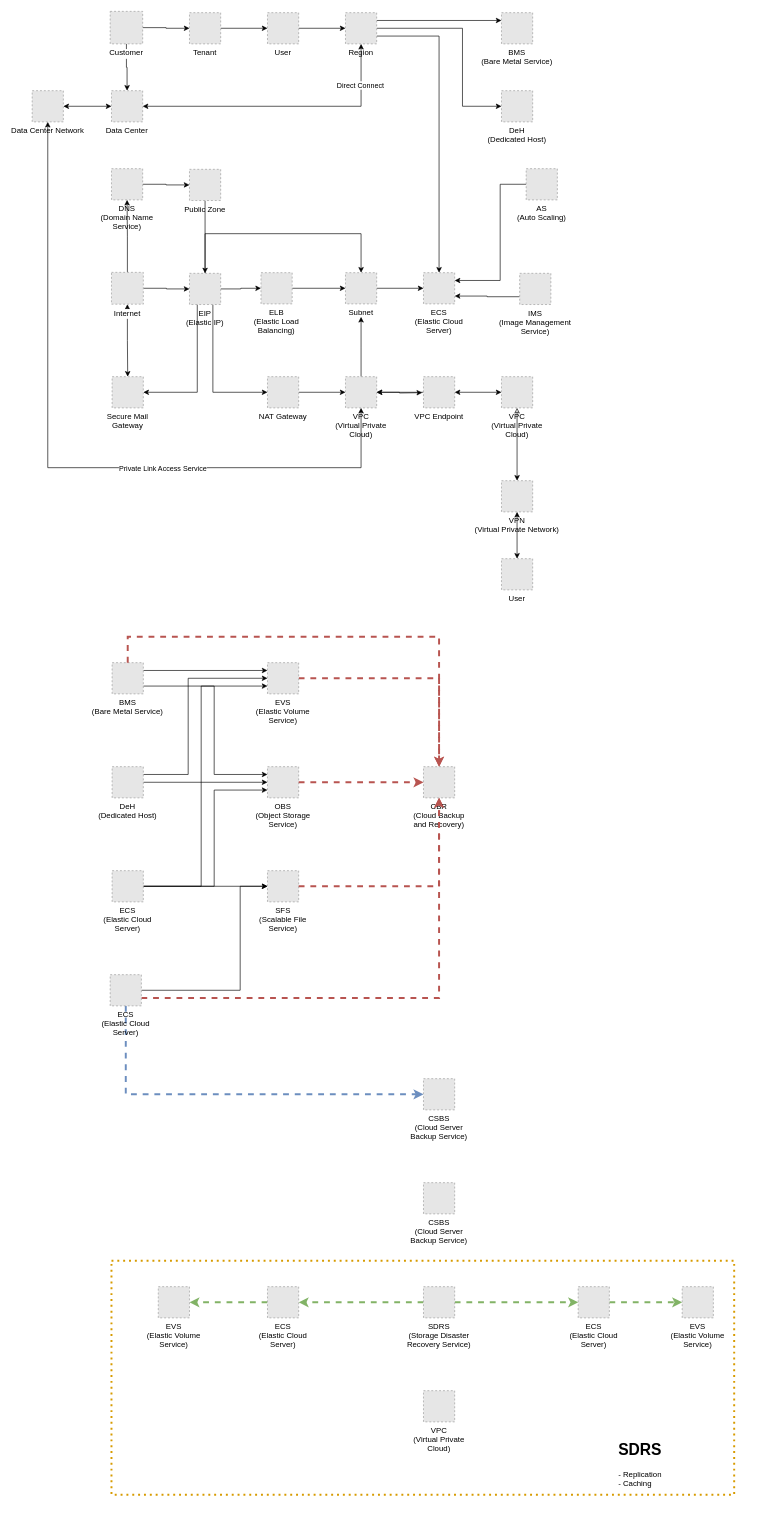
Before: Komponenten.drawio in themue/OTC, a draw.io diagram. Source tidied: cells renumbered, new cells numbered last; positions are measured from the earlier drawing's top-left corner, leaving out a move shared by most shapes. Both pictures are drawn from the tidied source at 65%, with x=0, y=0 at pixel (32, 11). Pictures stored in the file or linked from it are replaced by grey dashed boxes.
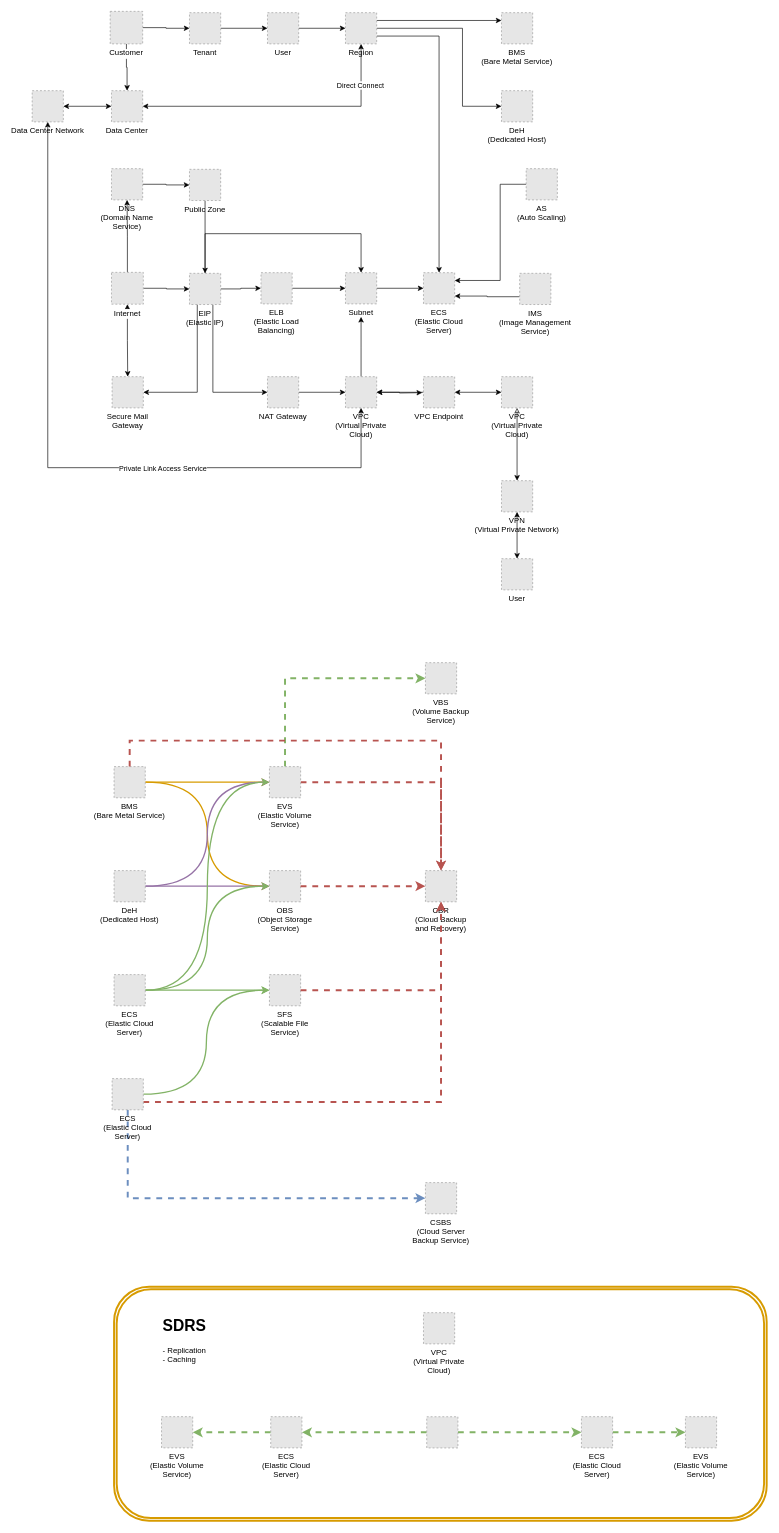
The same diagram, later.

Commit message:
Backup Services hinzugefügt und Computing zu Storage besser visualisiert

Diff of the diagram source:
```diff
@@
+    <mxCell id="94" style="edgeStyle=orthogonalEdgeStyle;rounded=0;jettySize=auto;html=1;exitX=0.5;exitY=0;exitDx=0;exitDy=0;entryX=0;entryY=0.5;entryDx=0;entryDy=0;fillColor=#d5e8d4;strokeColor=#82b366;strokeWidth=3;dashed=1;" parent="1" edge="1" source="51" target="95">
+      <mxGeometry relative="1" as="geometry" />
+    </mxCell>
     <mxCell id="51" value="EVS&#10;(Elastic Volume&#10;Service)" style="fillColor=#E6E6E6;strokeColor=#999999;dashed=1;verticalLabelPosition=bottom;verticalAlign=top;" parent="1" vertex="1">
-      <mxGeometry x="362" y="1002" width="48" height="48" as="geometry" />
+      <mxGeometry x="365" y="1161.9" width="48" height="48" as="geometry" />
     </mxCell>
@@
-    <mxCell id="60" style="edgeStyle=orthogonalEdgeStyle;rounded=0;jettySize=auto;html=1;exitX=1;exitY=0.25;exitDx=0;exitDy=0;entryX=0;entryY=0.25;entryDx=0;entryDy=0;" parent="1" edge="1" source="62" target="51">
+    <mxCell id="60" style="edgeStyle=orthogonalEdgeStyle;rounded=0;jettySize=auto;html=1;exitX=1;exitY=0.5;exitDx=0;exitDy=0;entryX=0;entryY=0.5;entryDx=0;entryDy=0;fillColor=#ffe6cc;strokeColor=#d79b00;curved=1;strokeWidth=2;" parent="1" edge="1" source="62" target="51">
       <mxGeometry relative="1" as="geometry" />
     </mxCell>
-    <mxCell id="61" style="edgeStyle=orthogonalEdgeStyle;rounded=0;jettySize=auto;html=1;exitX=1;exitY=0.75;exitDx=0;exitDy=0;entryX=0;entryY=0.25;entryDx=0;entryDy=0;" parent="1" edge="1" source="62" target="70">
-      <mxGeometry relative="1" as="geometry">
-        <Array as="points">
-          <mxPoint x="280" y="1038" />
-          <mxPoint x="280" y="1174" />
-        </Array>
-      </mxGeometry>
+    <mxCell id="61" style="edgeStyle=orthogonalEdgeStyle;rounded=0;jettySize=auto;html=1;exitX=1;exitY=0.5;exitDx=0;exitDy=0;entryX=0;entryY=0.5;entryDx=0;entryDy=0;fillColor=#ffe6cc;strokeColor=#d79b00;curved=1;strokeWidth=2;" parent="1" edge="1" source="62" target="70">
+      <mxGeometry relative="1" as="geometry" />
     </mxCell>
     <mxCell id="62" value="BMS&#10;(Bare Metal Service)" style="fillColor=#E6E6E6;strokeColor=#999999;dashed=1;verticalLabelPosition=bottom;verticalAlign=top;" parent="1" vertex="1">
-      <mxGeometry x="123" y="1002" width="48" height="48" as="geometry" />
+      <mxGeometry x="126" y="1161.9" width="48" height="48" as="geometry" />
     </mxCell>
+    <mxCell id="64" style="edgeStyle=orthogonalEdgeStyle;rounded=0;jettySize=auto;html=1;exitX=1;exitY=0.5;exitDx=0;exitDy=0;entryX=0;entryY=0.5;entryDx=0;entryDy=0;curved=1;fillColor=#e1d5e7;strokeColor=#9673a6;strokeWidth=2;" parent="1" edge="1" source="65" target="70">
+      <mxGeometry relative="1" as="geometry" />
+    </mxCell>
-    <mxCell id="63" style="edgeStyle=orthogonalEdgeStyle;rounded=0;jettySize=auto;html=1;exitX=1;exitY=0.25;exitDx=0;exitDy=0;entryX=0;entryY=0.5;entryDx=0;entryDy=0;" parent="1" edge="1" source="65" target="51">
-      <mxGeometry relative="1" as="geometry">
-        <Array as="points">
-          <mxPoint x="240" y="1174" />
-          <mxPoint x="240" y="1026" />
-        </Array>
-      </mxGeometry>
+    <mxCell id="63" style="edgeStyle=orthogonalEdgeStyle;rounded=0;jettySize=auto;html=1;exitX=1;exitY=0.5;exitDx=0;exitDy=0;entryX=0;entryY=0.5;entryDx=0;entryDy=0;curved=1;fillColor=#e1d5e7;strokeColor=#9673a6;strokeWidth=2;" parent="1" edge="1" source="65" target="51">
+      <mxGeometry relative="1" as="geometry" />
     </mxCell>
-    <mxCell id="64" style="edgeStyle=orthogonalEdgeStyle;rounded=0;jettySize=auto;html=1;exitX=1;exitY=0.5;exitDx=0;exitDy=0;entryX=0;entryY=0.5;entryDx=0;entryDy=0;" parent="1" edge="1" source="65" target="70">
-      <mxGeometry relative="1" as="geometry" />
-    </mxCell>
     <mxCell id="65" value="DeH&#10;(Dedicated Host)" style="fillColor=#E6E6E6;strokeColor=#999999;dashed=1;verticalLabelPosition=bottom;verticalAlign=top;" parent="1" vertex="1">
-      <mxGeometry x="123" y="1162" width="48" height="48" as="geometry" />
+      <mxGeometry x="126" y="1321.9" width="48" height="48" as="geometry" />
     </mxCell>
-    <mxCell id="66" style="edgeStyle=orthogonalEdgeStyle;rounded=0;jettySize=auto;html=1;exitX=1;exitY=0.5;exitDx=0;exitDy=0;entryX=0;entryY=0.5;entryDx=0;entryDy=0;" parent="1" edge="1" source="69" target="71">
+    <mxCell id="66" style="edgeStyle=orthogonalEdgeStyle;rounded=0;jettySize=auto;html=1;exitX=1;exitY=0.5;exitDx=0;exitDy=0;entryX=0;entryY=0.5;entryDx=0;entryDy=0;fillColor=#d5e8d4;strokeColor=#82b366;strokeWidth=2;" parent="1" edge="1" source="69" target="71">
       <mxGeometry relative="1" as="geometry" />
     </mxCell>
-    <mxCell id="67" style="edgeStyle=orthogonalEdgeStyle;rounded=0;jettySize=auto;html=1;exitX=1;exitY=0.5;exitDx=0;exitDy=0;entryX=0;entryY=0.75;entryDx=0;entryDy=0;" parent="1" edge="1" source="69" target="70">
-      <mxGeometry relative="1" as="geometry">
-        <Array as="points">
-          <mxPoint x="280" y="1346" />
-          <mxPoint x="280" y="1198" />
-        </Array>
-      </mxGeometry>
+    <mxCell id="67" style="edgeStyle=orthogonalEdgeStyle;rounded=0;jettySize=auto;html=1;exitX=1;exitY=0.5;exitDx=0;exitDy=0;entryX=0;entryY=0.5;entryDx=0;entryDy=0;curved=1;strokeWidth=2;fillColor=#d5e8d4;strokeColor=#82b366;" parent="1" edge="1" source="69" target="70">
+      <mxGeometry relative="1" as="geometry" />
     </mxCell>
-    <mxCell id="68" style="edgeStyle=orthogonalEdgeStyle;rounded=0;jettySize=auto;html=1;exitX=1;exitY=0.5;exitDx=0;exitDy=0;entryX=0;entryY=0.75;entryDx=0;entryDy=0;" parent="1" edge="1" source="69" target="51">
-      <mxGeometry relative="1" as="geometry">
-        <Array as="points">
-          <mxPoint x="260" y="1346" />
-          <mxPoint x="260" y="1038" />
-        </Array>
-      </mxGeometry>
+    <mxCell id="68" style="edgeStyle=orthogonalEdgeStyle;rounded=0;jettySize=auto;html=1;exitX=1;exitY=0.5;exitDx=0;exitDy=0;entryX=0;entryY=0.5;entryDx=0;entryDy=0;curved=1;fillColor=#d5e8d4;strokeColor=#82b366;strokeWidth=2;" parent="1" edge="1" source="69" target="51">
+      <mxGeometry relative="1" as="geometry" />
     </mxCell>
     <mxCell id="69" value="ECS&#10;(Elastic Cloud&#10;Server)" style="fillColor=#E6E6E6;strokeColor=#999999;dashed=1;verticalLabelPosition=bottom;verticalAlign=top;" parent="1" vertex="1">
-      <mxGeometry x="123" y="1322" width="48" height="48" as="geometry" />
+      <mxGeometry x="126" y="1481.9" width="48" height="48" as="geometry" />
     </mxCell>
     <mxCell id="70" value="OBS&#10;(Object Storage&#10;Service)" style="fillColor=#E6E6E6;strokeColor=#999999;dashed=1;verticalLabelPosition=bottom;verticalAlign=top;" parent="1" vertex="1">
-      <mxGeometry x="362" y="1162" width="48" height="48" as="geometry" />
+      <mxGeometry x="365" y="1321.9" width="48" height="48" as="geometry" />
     </mxCell>
     <mxCell id="71" value="SFS&#10;(Scalable File&#10;Service)" style="fillColor=#E6E6E6;strokeColor=#999999;dashed=1;verticalLabelPosition=bottom;verticalAlign=top;" parent="1" vertex="1">
-      <mxGeometry x="362" y="1322" width="48" height="48" as="geometry" />
+      <mxGeometry x="365" y="1481.9" width="48" height="48" as="geometry" />
     </mxCell>
-    <mxCell id="72" style="edgeStyle=orthogonalEdgeStyle;rounded=0;jettySize=auto;html=1;exitX=1;exitY=0.5;exitDx=0;exitDy=0;entryX=0;entryY=0.5;entryDx=0;entryDy=0;" parent="1" edge="1" source="75" target="71">
-      <mxGeometry relative="1" as="geometry">
-        <Array as="points">
-          <mxPoint x="320" y="1506" />
-          <mxPoint x="320" y="1346" />
-        </Array>
-      </mxGeometry>
-    </mxCell>
@@
+    <mxCell id="72" style="edgeStyle=orthogonalEdgeStyle;rounded=0;jettySize=auto;html=1;exitX=1;exitY=0.5;exitDx=0;exitDy=0;entryX=0;entryY=0.5;entryDx=0;entryDy=0;strokeColor=#82b366;curved=1;fillColor=#d5e8d4;strokeWidth=2;" parent="1" edge="1" source="75" target="71">
+      <mxGeometry relative="1" as="geometry" />
+    </mxCell>
     <mxCell id="75" value="ECS&#10;(Elastic Cloud&#10;Server)" style="fillColor=#E6E6E6;strokeColor=#999999;dashed=1;verticalLabelPosition=bottom;verticalAlign=top;" parent="1" vertex="1">
-      <mxGeometry x="120" y="1482" width="48" height="48" as="geometry" />
+      <mxGeometry x="123" y="1641.9" width="48" height="48" as="geometry" />
     </mxCell>
     <mxCell id="76" value="CBR&#10;(Cloud Backup&#10;and Recovery)" style="fillColor=#E6E6E6;strokeColor=#999999;dashed=1;verticalLabelPosition=bottom;verticalAlign=top;" parent="1" vertex="1">
-      <mxGeometry x="602" y="1162" width="48" height="48" as="geometry" />
+      <mxGeometry x="605" y="1321.9" width="48" height="48" as="geometry" />
     </mxCell>
@@
     <mxCell id="79" style="edgeStyle=orthogonalEdgeStyle;rounded=0;jettySize=auto;html=1;exitX=0.5;exitY=0;exitDx=0;exitDy=0;entryX=0.5;entryY=0;entryDx=0;entryDy=0;fillColor=#f8cecc;strokeColor=#b85450;strokeWidth=3;dashed=1;" parent="1" edge="1" source="62" target="76">
       <mxGeometry relative="1" as="geometry">
         <Array as="points">
-          <mxPoint x="147" y="962" />
-          <mxPoint x="626" y="962" />
+          <mxPoint x="150" y="1121.9" />
+          <mxPoint x="629" y="1121.9" />
         </Array>
       </mxGeometry>
     </mxCell>
     <mxCell id="80" value="CSBS&#10;(Cloud Server&#10;Backup Service)" style="fillColor=#E6E6E6;strokeColor=#999999;dashed=1;verticalLabelPosition=bottom;verticalAlign=top;" parent="1" vertex="1">
-      <mxGeometry x="602" y="1642" width="48" height="48" as="geometry" />
+      <mxGeometry x="605" y="1801.9" width="48" height="48" as="geometry" />
     </mxCell>
-    <mxCell id="81" value="CSBS&#10;(Cloud Server&#10;Backup Service)" style="fillColor=#E6E6E6;strokeColor=#999999;dashed=1;verticalLabelPosition=bottom;verticalAlign=top;" parent="1" vertex="1">
-      <mxGeometry x="602" y="1802" width="48" height="48" as="geometry" />
-    </mxCell>
+    <mxCell id="95" value="VBS&#10;(Volume Backup&#10;Service)" style="fillColor=#E6E6E6;strokeColor=#999999;dashed=1;verticalLabelPosition=bottom;verticalAlign=top;" parent="1" vertex="1">
+      <mxGeometry x="605" y="1002" width="48" height="48" as="geometry" />
+    </mxCell>
+    <mxCell id="96" style="group;" parent="1" vertex="1">
+      <mxGeometry x="126" y="1962" width="1004" height="360" as="geometry" />
+    </mxCell>
-    <mxCell id="82" style="edgeStyle=orthogonalEdgeStyle;rounded=0;jettySize=auto;html=1;exitX=0;exitY=0.5;exitDx=0;exitDy=0;entryX=1;entryY=0.5;entryDx=0;entryDy=0;fillColor=#d5e8d4;strokeColor=#82b366;dashed=1;strokeWidth=3;" parent="1" edge="1" source="84" target="87">
+    <mxCell id="82" style="edgeStyle=orthogonalEdgeStyle;rounded=0;jettySize=auto;html=1;exitX=0;exitY=0.5;exitDx=0;exitDy=0;entryX=1;entryY=0.5;entryDx=0;entryDy=0;fillColor=#d5e8d4;strokeColor=#82b366;dashed=1;strokeWidth=3;" parent="96" edge="1" source="97" target="87">
       <mxGeometry relative="1" as="geometry" />
     </mxCell>
-    <mxCell id="83" style="edgeStyle=orthogonalEdgeStyle;rounded=0;jettySize=auto;html=1;exitX=1;exitY=0.5;exitDx=0;exitDy=0;entryX=0;entryY=0.5;entryDx=0;entryDy=0;fillColor=#d5e8d4;strokeColor=#82b366;dashed=1;strokeWidth=3;" parent="1" edge="1" source="84" target="89">
+    <mxCell id="83" style="edgeStyle=orthogonalEdgeStyle;rounded=0;jettySize=auto;html=1;exitX=1;exitY=0.5;exitDx=0;exitDy=0;entryX=0;entryY=0.5;entryDx=0;entryDy=0;fillColor=#d5e8d4;strokeColor=#82b366;dashed=1;strokeWidth=3;" parent="96" edge="1" source="97" target="89">
       <mxGeometry relative="1" as="geometry" />
     </mxCell>
-    <mxCell id="84" value="SDRS&#10;(Storage Disaster&#10;Recovery Service)" style="fillColor=#E6E6E6;strokeColor=#999999;dashed=1;verticalLabelPosition=bottom;verticalAlign=top;" parent="1" vertex="1">
-      <mxGeometry x="602" y="1962" width="48" height="48" as="geometry" />
-    </mxCell>
-    <mxCell id="85" value="VPC&#10;(Virtual Private&#10;Cloud)" style="fillColor=#E6E6E6;strokeColor=#999999;dashed=1;verticalLabelPosition=bottom;verticalAlign=top;" parent="1" vertex="1">
-      <mxGeometry x="602" y="2122" width="48" height="48" as="geometry" />
+    <mxCell id="85" value="VPC&#10;(Virtual Private&#10;Cloud)" style="fillColor=#E6E6E6;strokeColor=#999999;dashed=1;verticalLabelPosition=bottom;verticalAlign=top;" parent="96" vertex="1">
+      <mxGeometry x="476" y="40" width="48" height="48" as="geometry" />
     </mxCell>
-    <mxCell id="86" style="edgeStyle=orthogonalEdgeStyle;rounded=0;jettySize=auto;html=1;exitX=0;exitY=0.5;exitDx=0;exitDy=0;strokeWidth=3;dashed=1;fillColor=#d5e8d4;strokeColor=#82b366;" parent="1" edge="1" source="87" target="90">
+    <mxCell id="86" style="edgeStyle=orthogonalEdgeStyle;rounded=0;jettySize=auto;html=1;exitX=0;exitY=0.5;exitDx=0;exitDy=0;strokeWidth=3;dashed=1;fillColor=#d5e8d4;strokeColor=#82b366;" parent="96" edge="1" source="87" target="90">
       <mxGeometry relative="1" as="geometry" />
     </mxCell>
-    <mxCell id="87" value="ECS&#10;(Elastic Cloud&#10;Server)" style="fillColor=#E6E6E6;strokeColor=#999999;dashed=1;verticalLabelPosition=bottom;verticalAlign=top;" parent="1" vertex="1">
-      <mxGeometry x="362" y="1962" width="48" height="48" as="geometry" />
+    <mxCell id="87" value="ECS&#10;(Elastic Cloud&#10;Server)" style="fillColor=#E6E6E6;strokeColor=#999999;dashed=1;verticalLabelPosition=bottom;verticalAlign=top;" parent="96" vertex="1">
+      <mxGeometry x="241" y="200" width="48" height="48" as="geometry" />
     </mxCell>
-    <mxCell id="88" style="edgeStyle=orthogonalEdgeStyle;rounded=0;jettySize=auto;html=1;exitX=1;exitY=0.5;exitDx=0;exitDy=0;fillColor=#d5e8d4;strokeColor=#82b366;dashed=1;strokeWidth=3;" parent="1" edge="1" source="89" target="91">
+    <mxCell id="88" style="edgeStyle=orthogonalEdgeStyle;rounded=0;jettySize=auto;html=1;exitX=1;exitY=0.5;exitDx=0;exitDy=0;fillColor=#d5e8d4;strokeColor=#82b366;dashed=1;strokeWidth=3;" parent="96" edge="1" source="89" target="91">
       <mxGeometry relative="1" as="geometry" />
     </mxCell>
-    <mxCell id="89" value="ECS&#10;(Elastic Cloud&#10;Server)" style="fillColor=#E6E6E6;strokeColor=#999999;dashed=1;verticalLabelPosition=bottom;verticalAlign=top;" parent="1" vertex="1">
-      <mxGeometry x="840" y="1962" width="48" height="48" as="geometry" />
+    <mxCell id="89" value="ECS&#10;(Elastic Cloud&#10;Server)" style="fillColor=#E6E6E6;strokeColor=#999999;dashed=1;verticalLabelPosition=bottom;verticalAlign=top;" parent="96" vertex="1">
+      <mxGeometry x="719" y="200" width="48" height="48" as="geometry" />
     </mxCell>
-    <mxCell id="90" value="EVS&#10;(Elastic Volume&#10;Service)" style="fillColor=#E6E6E6;strokeColor=#999999;dashed=1;verticalLabelPosition=bottom;verticalAlign=top;" parent="1" vertex="1">
-      <mxGeometry x="194" y="1962" width="48" height="48" as="geometry" />
+    <mxCell id="90" value="EVS&#10;(Elastic Volume&#10;Service)" style="fillColor=#E6E6E6;strokeColor=#999999;dashed=1;verticalLabelPosition=bottom;verticalAlign=top;" parent="96" vertex="1">
+      <mxGeometry x="73" y="200" width="48" height="48" as="geometry" />
     </mxCell>
-    <mxCell id="91" value="EVS&#10;(Elastic Volume&#10;Service)" style="fillColor=#E6E6E6;strokeColor=#999999;dashed=1;verticalLabelPosition=bottom;verticalAlign=top;" parent="1" vertex="1">
-      <mxGeometry x="1000" y="1962" width="48" height="48" as="geometry" />
+    <mxCell id="91" value="EVS&#10;(Elastic Volume&#10;Service)" style="fillColor=#E6E6E6;strokeColor=#999999;dashed=1;verticalLabelPosition=bottom;verticalAlign=top;" parent="96" vertex="1">
+      <mxGeometry x="879" y="200" width="48" height="48" as="geometry" />
     </mxCell>
-    <mxCell id="92" style="rounded=0;whiteSpace=wrap;html=1;fillColor=none;dashed=1;dashPattern=1 2;strokeColor=#d79b00;strokeWidth=3;glass=0;" parent="1" vertex="1">
-      <mxGeometry x="122" y="1922" width="958" height="360" as="geometry" />
-    </mxCell>
-    <mxCell id="93" value="&lt;h1 style=&quot;margin-top: 0px;&quot;&gt;SDRS&lt;/h1&gt;&lt;div&gt;- Replication&lt;/div&gt;&lt;div&gt;- Caching&lt;/div&gt;" style="text;html=1;whiteSpace=wrap;overflow=hidden;rounded=0;" parent="1" vertex="1">
-      <mxGeometry x="900" y="2192" width="180" height="90" as="geometry" />
+    <mxCell id="93" value="&lt;h1 style=&quot;margin-top: 0px;&quot;&gt;SDRS&lt;/h1&gt;&lt;div&gt;- Replication&lt;/div&gt;&lt;div&gt;- Caching&lt;/div&gt;" style="text;html=1;whiteSpace=wrap;overflow=hidden;rounded=0;" parent="96" vertex="1">
+      <mxGeometry x="73" y="40" width="180" height="90" as="geometry" />
     </mxCell>
+    <mxCell id="97" style="fillColor=#E6E6E6;strokeColor=#999999;dashed=1;verticalLabelPosition=bottom;verticalAlign=top;" parent="96" vertex="1">
+      <mxGeometry x="481" y="200.1" width="48" height="48" as="geometry" />
+    </mxCell>
+    <mxCell id="98" style="shape=ext;double=1;rounded=1;whiteSpace=wrap;html=1;fillColor=none;strokeWidth=3;strokeColor=#d79b00;" parent="96" vertex="1">
+      <mxGeometry width="1004" height="360" as="geometry" />
+    </mxCell>
```
